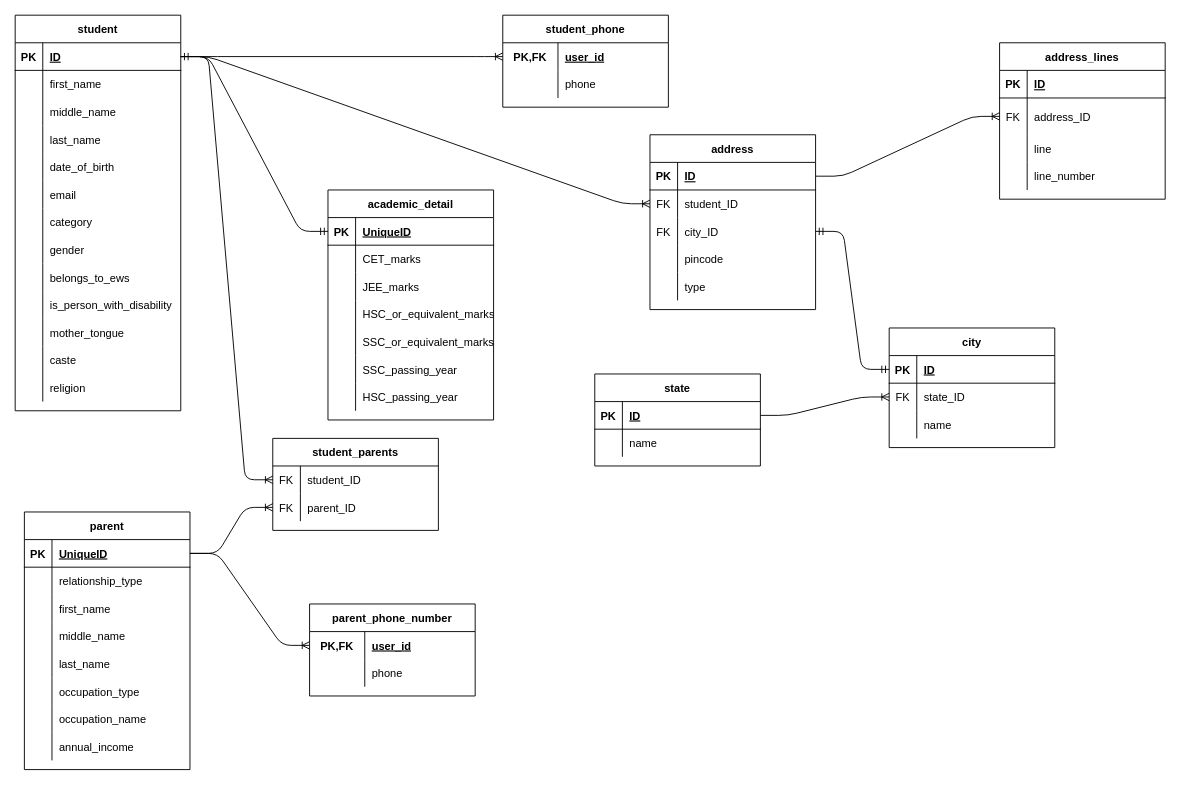
Earlier version of the draw.io diagram DatabaseDiagram.drawio (EquipstatTSEC/student-admission-system). Source tidied: cells renumbered, new cells numbered last; positions are measured from the earlier drawing's top-left corner, leaving out a move shared by most shapes. Both pictures are drawn from the tidied source at 92%, with x=0, y=0 at pixel (15, 15).
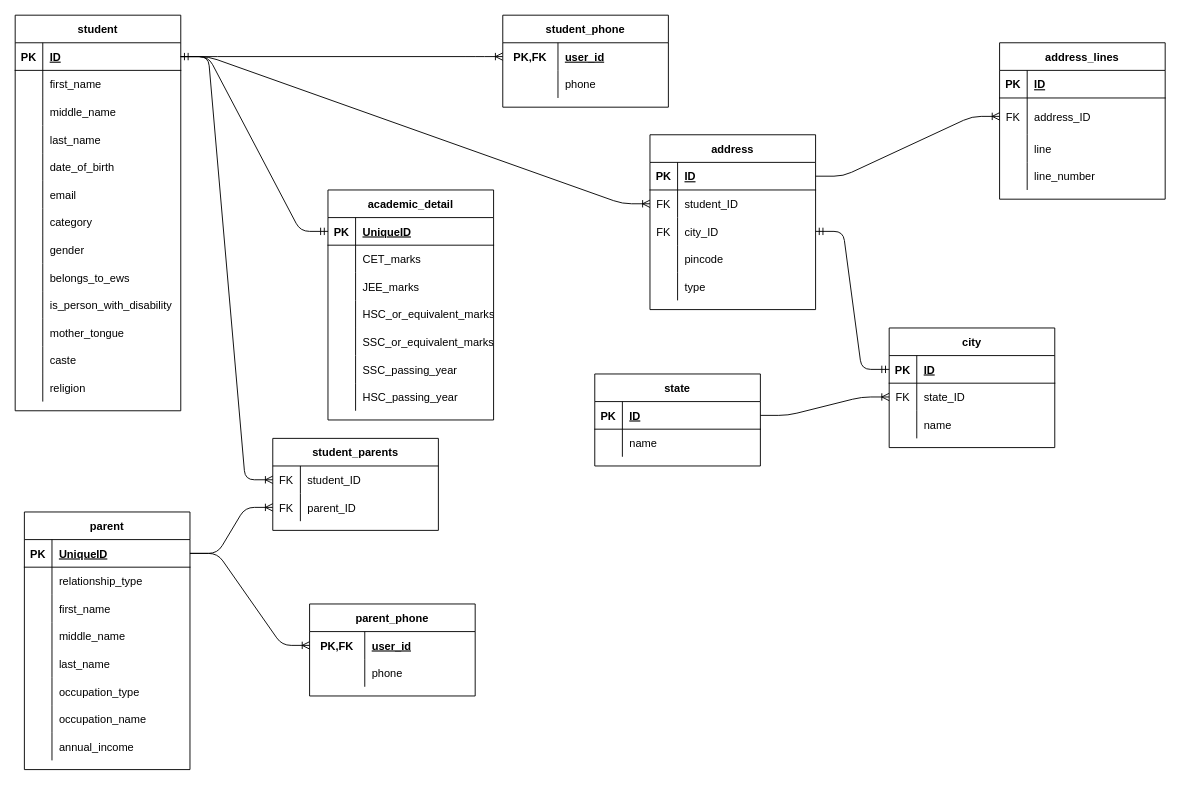
After the change.

Commit message:
:card_file_box: Update DatabaseDiagram.drawio

The edit, as a diff of the source:
```diff
@@
-    <mxCell id="157" value="parent_phone_number" style="shape=table;startSize=30;childLayout=tableLayout;rowLines=0;fontStyle=1;align=center;" parent="1" vertex="1">
+    <mxCell id="157" value="parent_phone" style="shape=table;startSize=30;childLayout=tableLayout;rowLines=0;fontStyle=1;align=center;" parent="1" vertex="1">
       <mxGeometry x="320" y="640" width="180" height="100" as="geometry" />
     </mxCell>
```
